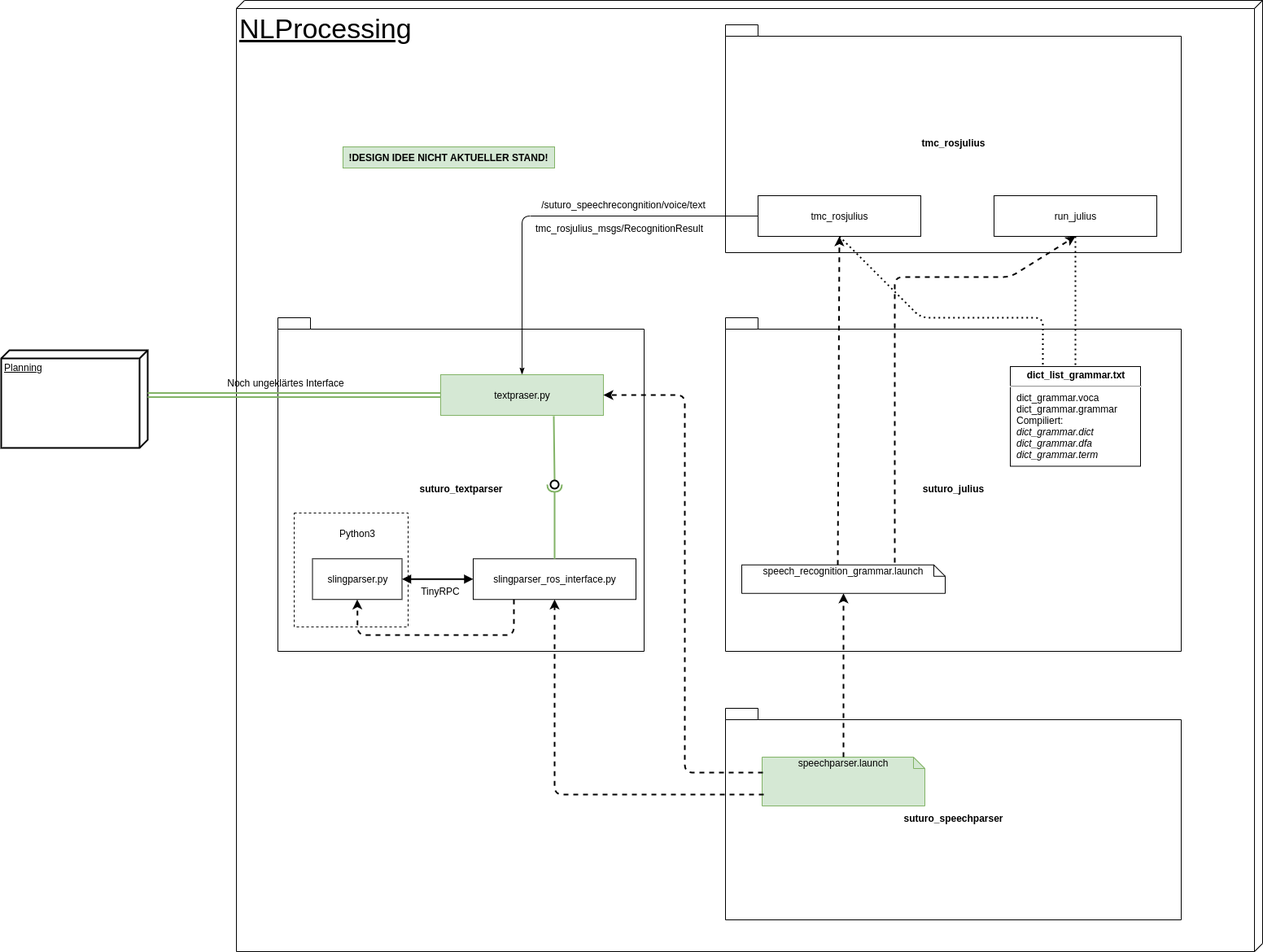
Before: architecture/knowledge_architecture/NLProcessing.png, a diagram exported from draw.io (SUTURO/suturo_resources). Source tidied: cells renumbered, new cells last; positions are measured from the earlier drawing's top-left corner, leaving out a move shared by most shapes.
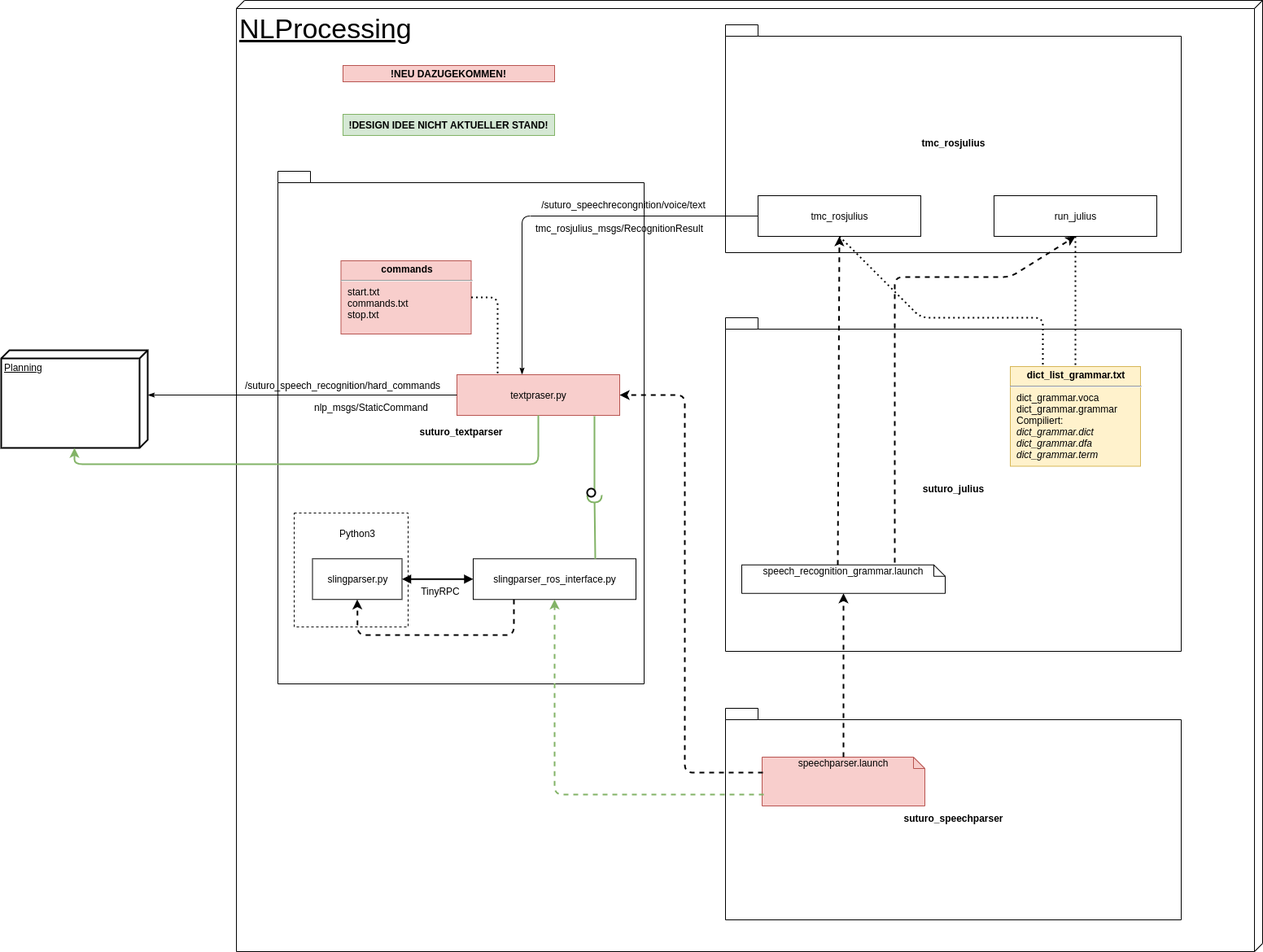
After the change.

Change to the diagram source:
```diff
@@ -9,24 +9,24 @@
       <mxGeometry x="890" y="390" width="560" height="410" as="geometry" />
     </mxCell>
     <mxCell id="4" value="suturo_textparser" style="shape=folder;fontStyle=1;spacingTop=10;tabWidth=40;tabHeight=14;tabPosition=left;html=1;" parent="1" vertex="1">
-      <mxGeometry x="340" y="390" width="450" height="410" as="geometry" />
+      <mxGeometry x="340" y="210" width="450" height="630" as="geometry" />
     </mxCell>
     <mxCell id="5" value="tmc_rosjulius" style="shape=folder;fontStyle=1;spacingTop=10;tabWidth=40;tabHeight=14;tabPosition=left;html=1;" parent="1" vertex="1">
       <mxGeometry x="890" y="30" width="560" height="280" as="geometry" />
     </mxCell>
     <mxCell id="6" value="!DESIGN IDEE NICHT AKTUELLER STAND!" style="text;align=center;fontStyle=1;verticalAlign=middle;spacingLeft=3;spacingRight=3;strokeColor=#82b366;fillColor=#d5e8d4;" parent="1" vertex="1">
-      <mxGeometry x="420" y="180" width="260" height="26" as="geometry" />
+      <mxGeometry x="420" y="140" width="260" height="26" as="geometry" />
     </mxCell>
     <mxCell id="7" value="suturo_speechparser" style="shape=folder;fontStyle=1;spacingTop=10;tabWidth=40;tabHeight=14;tabPosition=left;html=1;" parent="1" vertex="1">
       <mxGeometry x="890" y="870" width="560" height="260" as="geometry" />
     </mxCell>
-    <mxCell id="8" value="speechparser.launch" style="shape=note;whiteSpace=wrap;html=1;size=14;verticalAlign=top;align=center;spacingTop=-6;fillColor=#d5e8d4;strokeColor=#82b366;" parent="1" vertex="1">
+    <mxCell id="8" value="speechparser.launch" style="shape=note;whiteSpace=wrap;html=1;size=14;verticalAlign=top;align=center;spacingTop=-6;fillColor=#f8cecc;strokeColor=#b85450;" parent="1" vertex="1">
       <mxGeometry x="935" y="930" width="200" height="60" as="geometry" />
     </mxCell>
     <mxCell id="9" value="speech_recognition_grammar.launch" style="shape=note;whiteSpace=wrap;html=1;size=14;verticalAlign=top;align=center;spacingTop=-6;" parent="1" vertex="1">
       <mxGeometry x="910" y="693.8" width="250" height="35" as="geometry" />
     </mxCell>
-    <mxCell id="10" value="&lt;p style=&quot;margin: 4px 0px 0px ; text-align: center&quot;&gt;&lt;b&gt;dict_list_grammar.txt&lt;/b&gt;&lt;/p&gt;&lt;hr&gt;&lt;p style=&quot;margin: 0px ; margin-left: 8px&quot;&gt;dict_grammar.voca&lt;/p&gt;&lt;p style=&quot;margin: 0px 0px 0px 8px&quot;&gt;dict_grammar.grammar&lt;/p&gt;&lt;p style=&quot;margin: 0px 0px 0px 8px&quot;&gt;Compiliert:&lt;/p&gt;&lt;p style=&quot;margin: 0px 0px 0px 8px&quot;&gt;&lt;i&gt;dict_grammar.dict&lt;/i&gt;&lt;/p&gt;&lt;p style=&quot;margin: 0px 0px 0px 8px&quot;&gt;&lt;i&gt;dict_grammar.dfa&lt;/i&gt;&lt;/p&gt;&lt;p style=&quot;margin: 0px 0px 0px 8px&quot;&gt;&lt;i&gt;dict_grammar.term&lt;/i&gt;&lt;/p&gt;" style="verticalAlign=top;align=left;overflow=fill;fontSize=12;fontFamily=Helvetica;html=1;" parent="1" vertex="1">
+    <mxCell id="10" value="&lt;p style=&quot;margin: 4px 0px 0px ; text-align: center&quot;&gt;&lt;b&gt;dict_list_grammar.txt&lt;/b&gt;&lt;/p&gt;&lt;hr&gt;&lt;p style=&quot;margin: 0px ; margin-left: 8px&quot;&gt;dict_grammar.voca&lt;/p&gt;&lt;p style=&quot;margin: 0px 0px 0px 8px&quot;&gt;dict_grammar.grammar&lt;/p&gt;&lt;p style=&quot;margin: 0px 0px 0px 8px&quot;&gt;Compiliert:&lt;/p&gt;&lt;p style=&quot;margin: 0px 0px 0px 8px&quot;&gt;&lt;i&gt;dict_grammar.dict&lt;/i&gt;&lt;/p&gt;&lt;p style=&quot;margin: 0px 0px 0px 8px&quot;&gt;&lt;i&gt;dict_grammar.dfa&lt;/i&gt;&lt;/p&gt;&lt;p style=&quot;margin: 0px 0px 0px 8px&quot;&gt;&lt;i&gt;dict_grammar.term&lt;/i&gt;&lt;/p&gt;" style="verticalAlign=top;align=left;overflow=fill;fontSize=12;fontFamily=Helvetica;html=1;fillColor=#fff2cc;strokeColor=#d6b656;" parent="1" vertex="1">
       <mxGeometry x="1240" y="450" width="160" height="122.5" as="geometry" />
     </mxCell>
     <mxCell id="11" value="slingparser_ros_interface.py" style="html=1;" parent="1" vertex="1">
@@ -56,7 +56,7 @@
     <mxCell id="19" style="endArrow=classic;html=1;strokeWidth=2;entryX=0.5;entryY=1;entryDx=0;entryDy=0;entryPerimeter=0;dashed=1;" parent="1" edge="1" source="8" target="9">
       <mxGeometry relative="1" as="geometry" />
     </mxCell>
-    <mxCell id="20" style="endArrow=classic;html=1;strokeWidth=2;entryX=0.5;entryY=1;entryDx=0;entryDy=0;dashed=1;exitX=0.01;exitY=0.767;exitDx=0;exitDy=0;exitPerimeter=0;" parent="1" edge="1" source="8" target="11">
+    <mxCell id="20" style="endArrow=classic;html=1;strokeWidth=2;entryX=0.5;entryY=1;entryDx=0;entryDy=0;dashed=1;exitX=0.01;exitY=0.767;exitDx=0;exitDy=0;exitPerimeter=0;fillColor=#d5e8d4;strokeColor=#82b366;" parent="1" edge="1" source="8" target="11">
       <mxGeometry relative="1" as="geometry">
         <Array as="points">
           <mxPoint x="680" y="976" />
@@ -71,8 +71,8 @@
         </Array>
       </mxGeometry>
     </mxCell>
-    <mxCell id="22" value="textpraser.py" style="html=1;fillColor=#d5e8d4;strokeColor=#82b366;" parent="1" vertex="1">
-      <mxGeometry x="540" y="460" width="200" height="50" as="geometry" />
+    <mxCell id="22" value="textpraser.py" style="html=1;fillColor=#f8cecc;strokeColor=#b85450;" parent="1" vertex="1">
+      <mxGeometry x="560" y="460" width="200" height="50" as="geometry" />
     </mxCell>
     <mxCell id="23" style="endArrow=classic;html=1;strokeWidth=2;entryX=1;entryY=0.5;entryDx=0;entryDy=0;dashed=1;exitX=0.005;exitY=0.317;exitDx=0;exitDy=0;exitPerimeter=0;" parent="1" edge="1" source="8" target="22">
       <mxGeometry relative="1" as="geometry">
@@ -108,8 +108,9 @@
         </Array>
       </mxGeometry>
     </mxCell>
-    <mxCell id="28" style="endArrow=none;html=1;strokeWidth=1;entryX=0;entryY=0.5;entryDx=0;entryDy=0;exitX=0.5;exitY=0;exitDx=0;exitDy=0;endFill=0;startArrow=classicThin;startFill=1;" parent="1" edge="1" source="22" target="18">
+    <mxCell id="28" style="endArrow=none;html=1;strokeWidth=1;entryX=0;entryY=0.5;entryDx=0;entryDy=0;endFill=0;startArrow=classicThin;startFill=1;" parent="1" edge="1" target="18">
       <mxGeometry relative="1" as="geometry">
+        <mxPoint x="640" y="460" as="sourcePoint" />
         <Array as="points">
           <mxPoint x="640" y="265" />
         </Array>
@@ -121,23 +122,47 @@
     <mxCell id="30" value="tmc_rosjulius_msgs/RecognitionResult" style="text;html=1;strokeColor=none;fillColor=none;align=center;verticalAlign=middle;whiteSpace=wrap;rounded=0;dashed=1;" parent="1" vertex="1">
       <mxGeometry x="650" y="270" width="220" height="20" as="geometry" />
     </mxCell>
-    <mxCell id="31" style="rounded=0;jettySize=auto;html=1;endArrow=none;endFill=0;strokeWidth=2;fontSize=12;exitX=0.695;exitY=1.02;exitDx=0;exitDy=0;exitPerimeter=0;fillColor=#d5e8d4;strokeColor=#82b366;" parent="1" edge="1" source="22" target="33">
+    <mxCell id="31" style="rounded=0;jettySize=auto;html=1;endArrow=none;endFill=0;strokeWidth=2;fontSize=12;exitX=0.845;exitY=1.02;exitDx=0;exitDy=0;exitPerimeter=0;fillColor=#d5e8d4;strokeColor=#82b366;entryX=0.9;entryY=0.1;entryDx=0;entryDy=0;entryPerimeter=0;" parent="1" edge="1" source="22" target="33">
       <mxGeometry relative="1" as="geometry" />
     </mxCell>
-    <mxCell id="32" style="rounded=0;jettySize=auto;html=1;endArrow=halfCircle;endFill=0;entryX=0.5;entryY=0.5;entryDx=0;entryDy=0;endSize=6;strokeWidth=2;fontSize=12;exitX=0.5;exitY=0;exitDx=0;exitDy=0;fillColor=#d5e8d4;strokeColor=#82b366;" parent="1" edge="1" source="11" target="33">
+    <mxCell id="32" style="rounded=0;jettySize=auto;html=1;endArrow=halfCircle;endFill=0;endSize=6;strokeWidth=2;fontSize=12;exitX=0.75;exitY=0;exitDx=0;exitDy=0;fillColor=#d5e8d4;strokeColor=#82b366;entryX=0.9;entryY=0.8;entryDx=0;entryDy=0;entryPerimeter=0;" parent="1" edge="1" source="11" target="33">
       <mxGeometry relative="1" as="geometry" />
     </mxCell>
     <mxCell id="33" style="ellipse;whiteSpace=wrap;html=1;fontFamily=Helvetica;fontSize=12;fontColor=#000000;align=center;strokeColor=#000000;fillColor=#ffffff;points=[];strokeWidth=2;" parent="1" vertex="1">
-      <mxGeometry x="675" y="590" width="10" height="10" as="geometry" />
+      <mxGeometry x="720" y="600" width="10" height="10" as="geometry" />
     </mxCell>
     <mxCell id="34" value="Planning" style="verticalAlign=top;align=left;spacingTop=8;spacingLeft=2;spacingRight=12;shape=cube;size=10;direction=south;fontStyle=4;html=1;strokeWidth=2;fontSize=12;" parent="1" vertex="1">
       <mxGeometry y="430" width="180" height="120" as="geometry" />
     </mxCell>
+    <mxCell id="37" value="&lt;b&gt;!NEU DAZUGEKOMMEN!&lt;/b&gt;" style="text;html=1;strokeColor=#b85450;fillColor=#f8cecc;align=center;verticalAlign=middle;whiteSpace=wrap;rounded=0;" parent="1" vertex="1">
+      <mxGeometry x="420" y="80" width="260" height="20" as="geometry" />
+    </mxCell>
+    <mxCell id="38" style="endArrow=none;html=1;strokeWidth=1;entryX=0;entryY=0.5;entryDx=0;entryDy=0;exitX=0;exitY=0;exitDx=55;exitDy=0;endFill=0;startArrow=classicThin;startFill=1;exitPerimeter=0;" parent="1" edge="1" source="34" target="22">
+      <mxGeometry relative="1" as="geometry" />
+    </mxCell>
+    <mxCell id="39" value="/suturo_speech_recognition/hard_commands" style="text;align=center;fontStyle=0;verticalAlign=middle;spacingLeft=3;spacingRight=3;strokeColor=none;dashed=1;fontSize=12;" parent="1" vertex="1">
+      <mxGeometry x="290" y="460" width="260" height="26" as="geometry" />
+    </mxCell>
+    <mxCell id="40" value="nlp_msgs/StaticCommand" style="text;html=1;strokeColor=none;fillColor=none;align=center;verticalAlign=middle;whiteSpace=wrap;rounded=0;dashed=1;" parent="1" vertex="1">
+      <mxGeometry x="345" y="490" width="220" height="20" as="geometry" />
+    </mxCell>
-    <mxCell id="35" style="shape=link;html=1;startArrow=classicThin;startFill=1;endArrow=none;endFill=0;strokeWidth=2;fontSize=12;exitX=0;exitY=0.5;exitDx=0;exitDy=0;entryX=0;entryY=0;entryDx=55;entryDy=0;entryPerimeter=0;fillColor=#d5e8d4;strokeColor=#82b366;" parent="1" edge="1" source="22" target="34">
-      <mxGeometry relative="1" as="geometry" />
+    <mxCell id="35" style="endArrow=classic;html=1;exitX=0.5;exitY=1;exitDx=0;exitDy=0;fillColor=#d5e8d4;strokeColor=#82b366;strokeWidth=2;" parent="1" edge="1" source="22" target="34">
+      <mxGeometry relative="1" as="geometry">
+        <Array as="points">
+          <mxPoint x="660" y="570" />
+          <mxPoint x="90" y="570" />
+        </Array>
+      </mxGeometry>
     </mxCell>
-    <mxCell id="36" value="Noch ungeklärtes Interface" style="text;html=1;strokeColor=none;fillColor=none;align=center;verticalAlign=middle;whiteSpace=wrap;rounded=0;fontSize=12;" parent="1" vertex="1">
-      <mxGeometry x="230" y="460" width="240" height="20" as="geometry" />
-    </mxCell>
+    <mxCell id="41" value="&lt;p style=&quot;margin: 4px 0px 0px ; text-align: center&quot;&gt;&lt;b&gt;commands&lt;/b&gt;&lt;/p&gt;&lt;hr&gt;&lt;p style=&quot;margin: 0px ; margin-left: 8px&quot;&gt;start.txt&lt;/p&gt;&lt;p style=&quot;margin: 0px ; margin-left: 8px&quot;&gt;commands.txt&lt;/p&gt;&lt;p style=&quot;margin: 0px ; margin-left: 8px&quot;&gt;stop.txt&lt;/p&gt;" style="verticalAlign=top;align=left;overflow=fill;fontSize=12;fontFamily=Helvetica;html=1;fillColor=#f8cecc;strokeColor=#b85450;" parent="1" vertex="1">
+      <mxGeometry x="417.5" y="320" width="160" height="90" as="geometry" />
+    </mxCell>
+    <mxCell id="42" style="endArrow=none;html=1;dashed=1;strokeWidth=2;entryX=0.25;entryY=0;entryDx=0;entryDy=0;dashPattern=1 2;exitX=1;exitY=0.5;exitDx=0;exitDy=0;" parent="1" edge="1" source="41" target="22">
+      <mxGeometry relative="1" as="geometry">
+        <Array as="points">
+          <mxPoint x="610" y="365" />
+        </Array>
+      </mxGeometry>
+    </mxCell>
   </root>
 </mxGraphModel>
```
